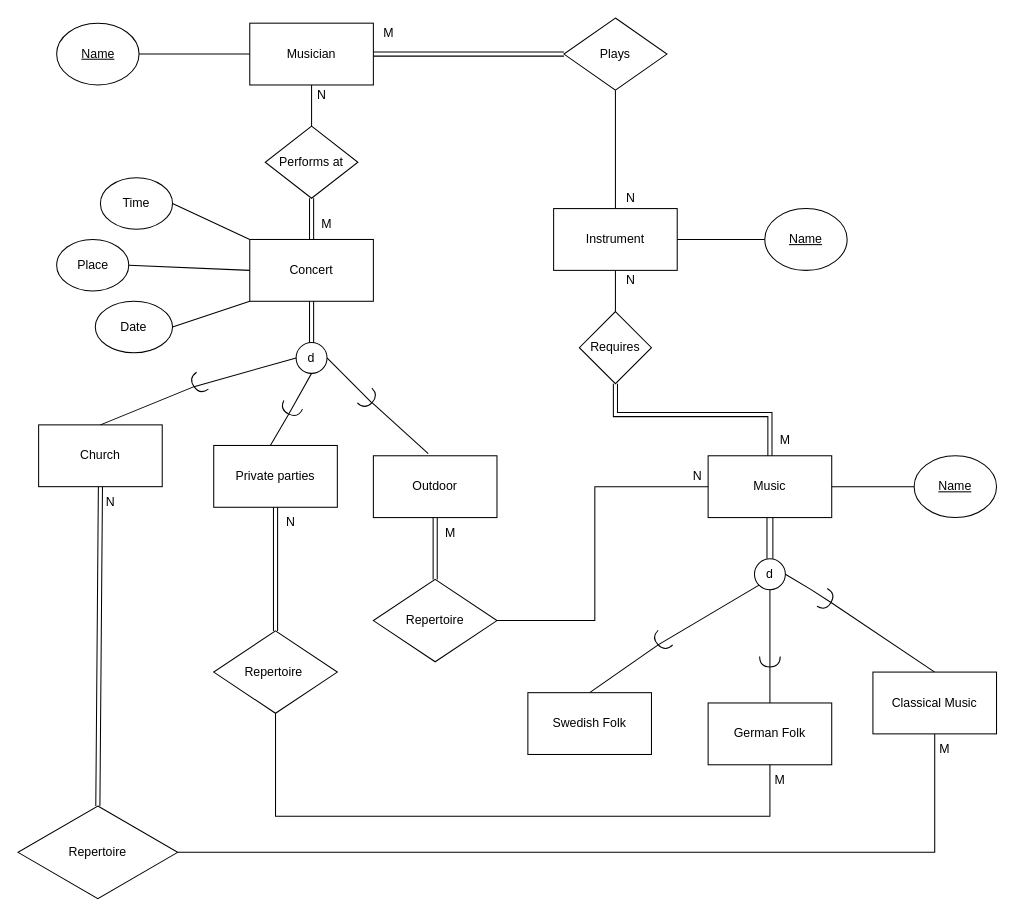
Above: Untitled Diagram.drawio in codestrummer29/dbd (draw.io), before the change. Source tidied: cells renumbered, new cells numbered last; positions are measured from the earlier drawing's top-left corner, leaving out a move shared by most shapes. Both pictures are drawn from the tidied source at 103%, with x=0, y=0 at pixel (18, 18).
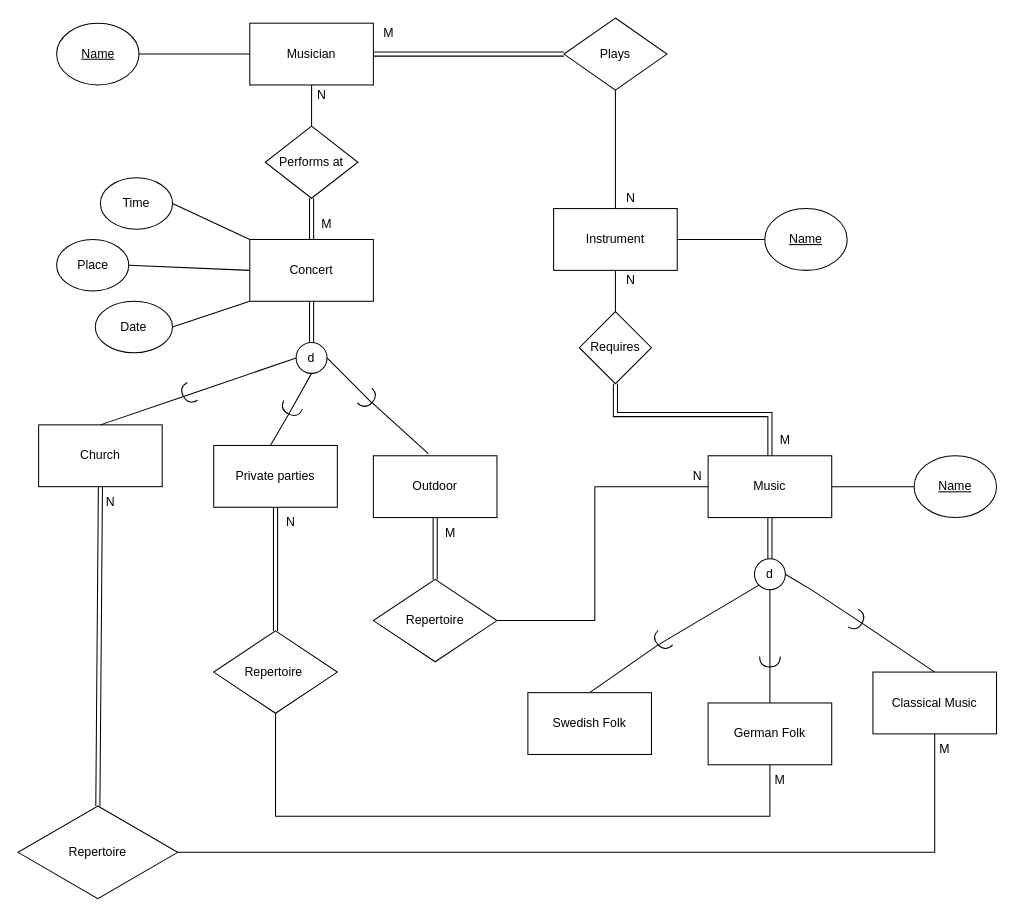
The same page after the edit.

Unchanged cells that the change refers to:
```xml
<mxCell id="24" value="Music" style="rounded=0;whiteSpace=wrap;html=1;" parent="1" vertex="1">
  <mxGeometry x="670" y="425" width="120" height="60" as="geometry" />
</mxCell>
<mxCell id="25" value="d" style="ellipse;whiteSpace=wrap;html=1;" parent="1" vertex="1">
  <mxGeometry x="715" y="525" width="30" height="30" as="geometry" />
</mxCell>
```

Change to the diagram source:
```diff
@@
-    <mxCell id="13" style="shape=requiredInterface;html=1;verticalLabelPosition=bottom;sketch=0;rotation=-215;" parent="1" vertex="1">
-      <mxGeometry x="170" y="345" width="10" height="20" as="geometry" />
+    <mxCell id="13" style="shape=requiredInterface;html=1;verticalLabelPosition=bottom;sketch=0;rotation=-210;" parent="1" vertex="1">
+      <mxGeometry x="160" y="355" width="10" height="20" as="geometry" />
     </mxCell>
@@
-    <mxCell id="26" style="shape=link;html=1;rounded=0;strokeColor=default;exitX=0.5;exitY=1;exitDx=0;exitDy=0;endArrow=none;width=5.714285714285715;" parent="1" edge="1" source="24" target="25">
-      <mxGeometry relative="1" as="geometry" />
-    </mxCell>
@@
     <mxCell id="36" style="shape=requiredInterface;html=1;verticalLabelPosition=bottom;sketch=0;rotation=30;" parent="1" vertex="1">
-      <mxGeometry x="780" y="555" width="10" height="20" as="geometry" />
+      <mxGeometry x="810" y="575" width="10" height="20" as="geometry" />
     </mxCell>
@@
+    <mxCell id="26" style="shape=link;html=1;rounded=0;entryX=0.5;entryY=0;entryDx=0;entryDy=0;exitX=0.5;exitY=1;exitDx=0;exitDy=0;" parent="1" edge="1" source="24" target="25">
+      <mxGeometry relative="1" as="geometry" />
+    </mxCell>
```
